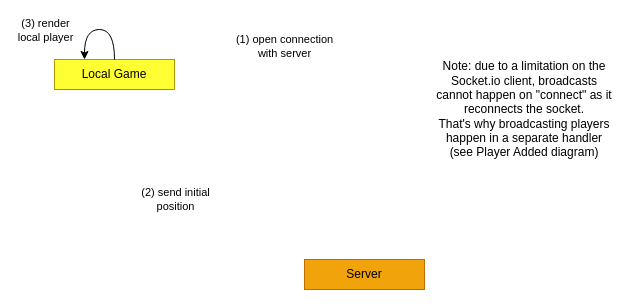
sblasetti/unity-multiplayer-poc keeps this draw.io diagram as page "Player Connects" (1 of 3) of server/events.drawio. Above is the earlier version. Source tidied: cells renumbered, new cells numbered last; positions are measured from the earlier drawing's top-left corner, leaving out a move shared by most shapes. Both pictures are drawn from the tidied source at 100%, with x=0, y=0 at pixel (54, 29).
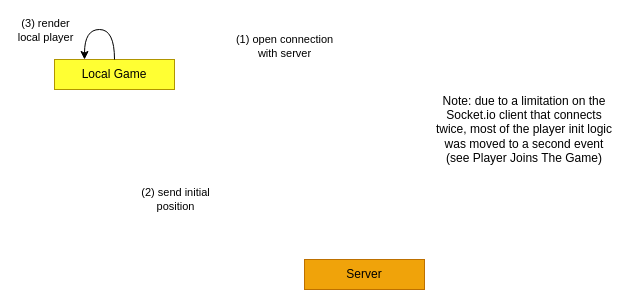
The same diagram, later.

Diff of the diagram source:
```diff
@@
 <mxGraphModel>
   <root>
     <mxCell id="0" />
     <mxCell id="1" parent="0" />
     <mxCell id="2" style="edgeStyle=orthogonalEdgeStyle;curved=1;rounded=0;jettySize=auto;html=1;exitX=0.75;exitY=0;exitDx=0;exitDy=0;entryX=0.5;entryY=0;entryDx=0;entryDy=0;strokeColor=#FFFFFF;" parent="1" edge="1" source="4" target="7">
       <mxGeometry relative="1" as="geometry" />
     </mxCell>
     <mxCell id="3" value="(1) open connection&lt;br&gt;with server" style="edgeLabel;html=1;align=center;verticalAlign=middle;" parent="2" vertex="1">
       <mxGeometry x="-0.31" y="-6" relative="1" as="geometry" />
     </mxCell>
     <mxCell id="4" value="Local Game" style="rounded=0;whiteSpace=wrap;html=1;fillColor=#FFFF33;strokeColor=#B09500;fontColor=#000000;" parent="1" vertex="1">
       <mxGeometry y="30" width="120" height="30" as="geometry" />
     </mxCell>
     <mxCell id="5" style="edgeStyle=orthogonalEdgeStyle;curved=1;rounded=0;jettySize=auto;html=1;exitX=0;exitY=0.25;exitDx=0;exitDy=0;entryX=0.75;entryY=1;entryDx=0;entryDy=0;strokeColor=#FFFFFF;" parent="1" edge="1" source="7" target="4">
       <mxGeometry relative="1" as="geometry" />
     </mxCell>
     <mxCell id="6" value="(2) send initial &lt;br&gt;position" style="edgeLabel;html=1;align=center;verticalAlign=middle;" parent="5" vertex="1">
       <mxGeometry y="-26" relative="1" as="geometry">
         <mxPoint x="4" y="-59.5" as="offset" />
       </mxGeometry>
     </mxCell>
     <mxCell id="7" value="Server" style="rounded=0;whiteSpace=wrap;html=1;fillColor=#f0a30a;strokeColor=#BD7000;fontColor=#000000;" parent="1" vertex="1">
       <mxGeometry x="250" y="230" width="120" height="30" as="geometry" />
     </mxCell>
     <mxCell id="8" style="edgeStyle=orthogonalEdgeStyle;rounded=0;orthogonalLoop=1;jettySize=auto;html=1;exitX=0.5;exitY=0;exitDx=0;exitDy=0;entryX=0.25;entryY=0;entryDx=0;entryDy=0;curved=1;" parent="1" edge="1" source="4" target="4">
       <mxGeometry relative="1" as="geometry">
         <Array as="points">
           <mxPoint x="60" />
           <mxPoint x="30" />
         </Array>
       </mxGeometry>
     </mxCell>
     <mxCell id="9" value="(3) render &lt;br&gt;local player" style="edgeLabel;html=1;align=center;verticalAlign=middle;" parent="8" vertex="1">
       <mxGeometry x="-0.42" y="5" relative="1" as="geometry">
         <mxPoint x="-65" y="-4" as="offset" />
       </mxGeometry>
     </mxCell>
-    <mxCell id="10" value="Note: due to a limitation on the Socket.io client, broadcasts cannot happen on &quot;connect&quot; as it reconnects the socket.&lt;br&gt;That's why broadcasting players happen in a separate handler (see Player Added diagram)" style="text;html=1;strokeColor=none;fillColor=none;align=center;verticalAlign=middle;whiteSpace=wrap;rounded=0;" parent="1" vertex="1">
-      <mxGeometry x="380" y="10" width="180" height="140" as="geometry" />
+    <mxCell id="10" value="Note: due to a limitation on the Socket.io client that connects twice, most of the player init logic was moved to a second event (see Player Joins The Game)" style="text;html=1;strokeColor=none;fillColor=none;align=center;verticalAlign=middle;whiteSpace=wrap;rounded=0;" parent="1" vertex="1">
+      <mxGeometry x="380" y="50" width="180" height="100" as="geometry" />
     </mxCell>
   </root>
 </mxGraphModel>
```
